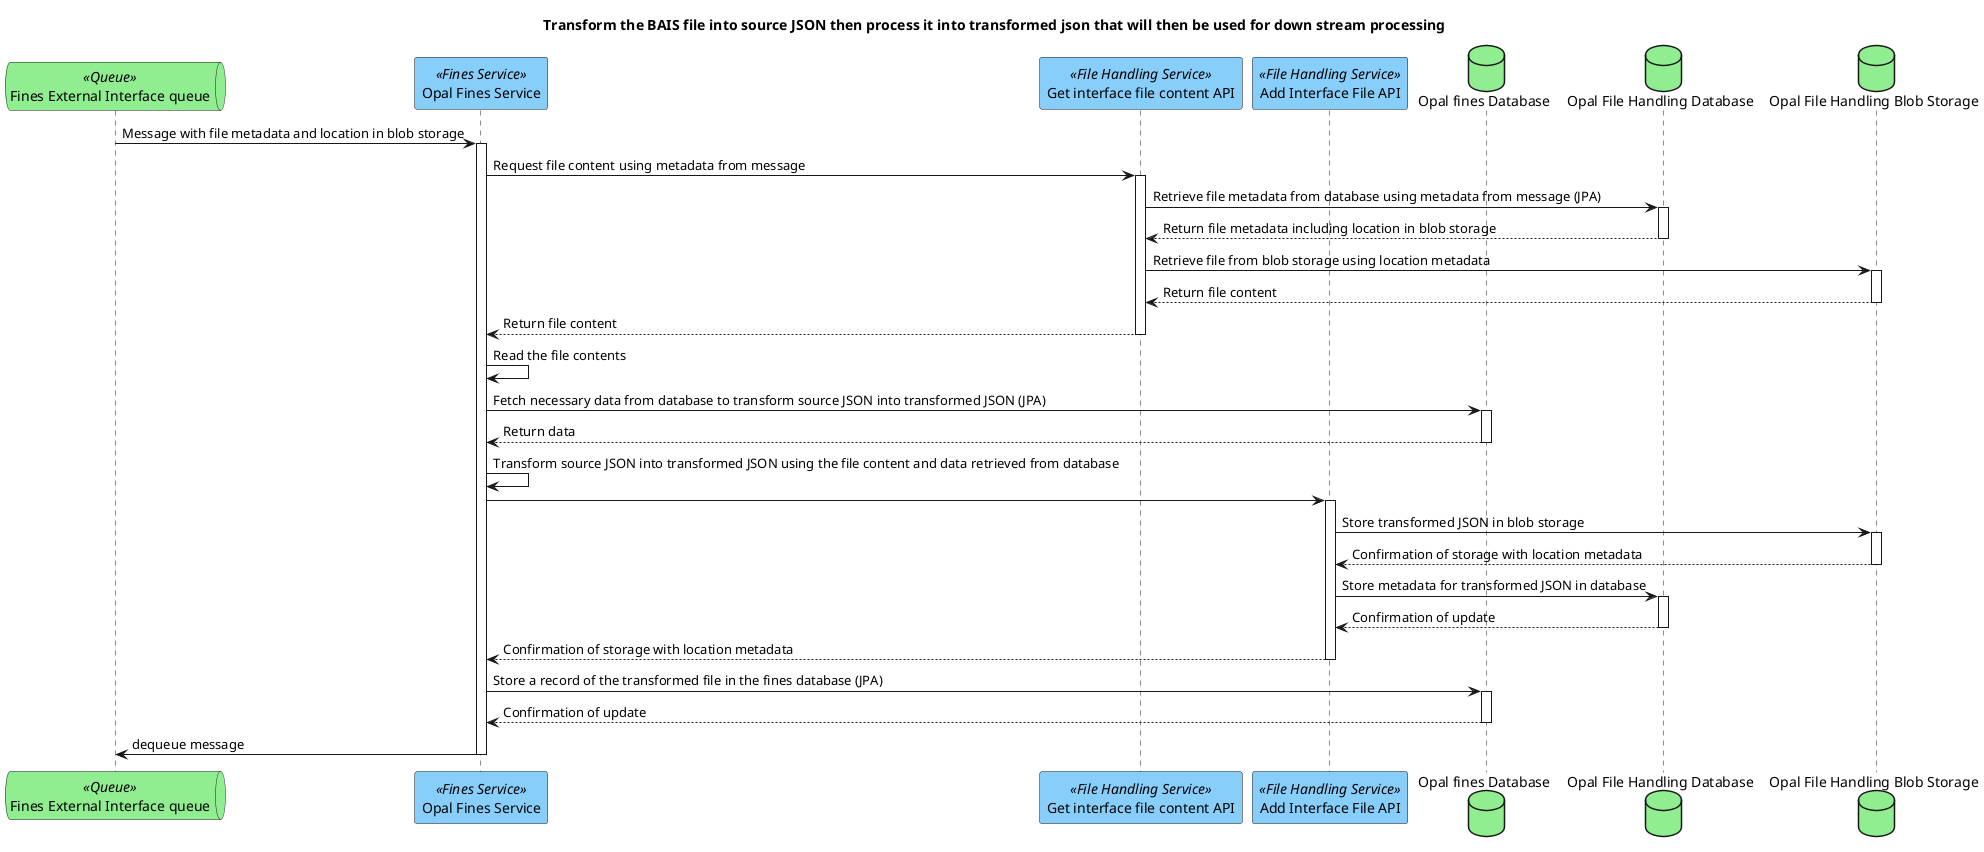
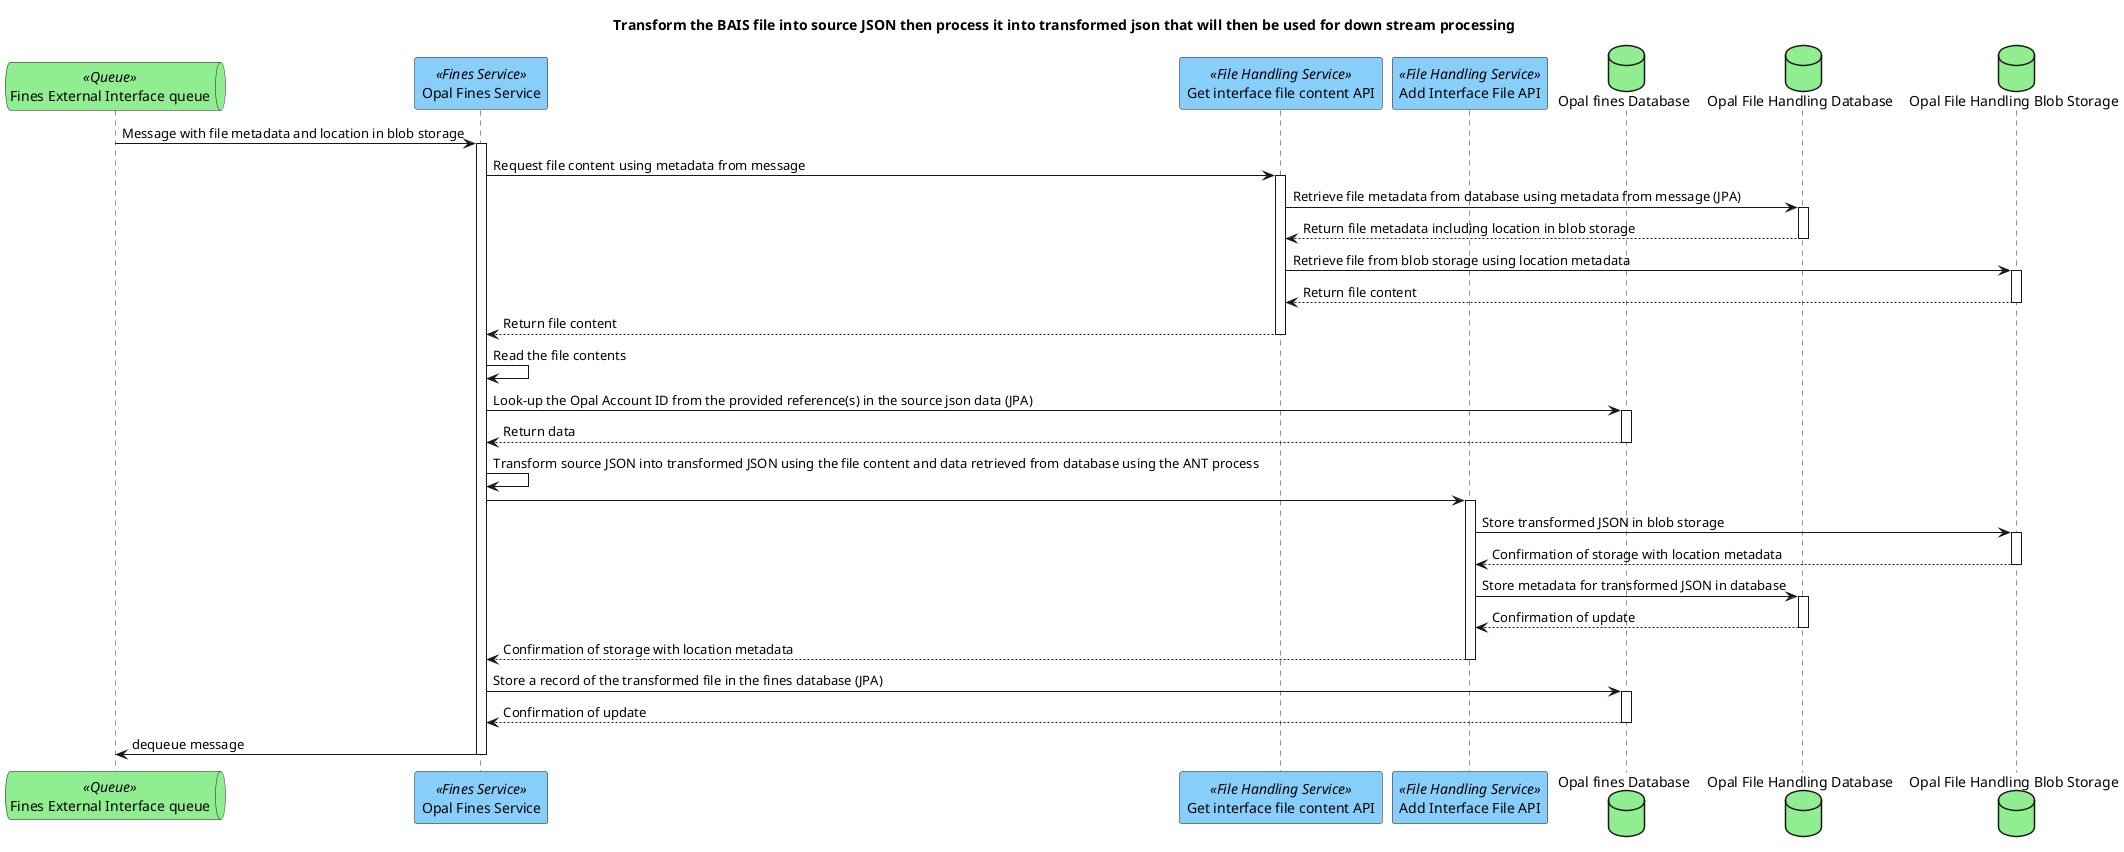
@startuml
title Transform the BAIS file into source JSON then process it into transformed json that will then be used for down stream processing

queue "Fines External Interface queue" as finesExternalInterfaceQueue <<Queue>> #lightgreen
participant "Opal Fines Service" as finesService <<Fines Service>> #LightSkyBlue

participant "Get interface file content API" as getInterfaceFileAPI <<File Handling Service>> #LightSkyBlue
participant "Add Interface File API" as addInterfaceFileAPI <<File Handling Service>> #LightSkyBlue
database "Opal fines Database" as finesDb #LightGreen
database "Opal File Handling Database" as fileHandlingDb #LightGreen
database "Opal File Handling Blob Storage" as fileHandlingBlobStorage #LightGreen

finesExternalInterfaceQueue -> finesService ++ : Message with file metadata and location in blob storage
finesService -> getInterfaceFileAPI ++ : Request file content using metadata from message
getInterfaceFileAPI -> fileHandlingDb ++ : Retrieve file metadata from database using metadata from message (JPA)
fileHandlingDb --> getInterfaceFileAPI -- : Return file metadata including location in blob storage
getInterfaceFileAPI -> fileHandlingBlobStorage ++ : Retrieve file from blob storage using location metadata
fileHandlingBlobStorage --> getInterfaceFileAPI -- : Return file content
getInterfaceFileAPI --> finesService -- : Return file content
finesService -> finesService : Read the file contents
- finesService -> finesDb ++ : Fetch necessary data from database to transform source JSON into transformed JSON (JPA)
+ finesService -> finesDb ++ : Look-up the Opal Account ID from the provided reference(s) in the source json data (JPA)
finesDb --> finesService -- : Return data
- finesService -> finesService : Transform source JSON into transformed JSON using the file content and data retrieved from database
+ finesService -> finesService : Transform source JSON into transformed JSON using the file content and data retrieved from database using the ANT process
finesService -> addInterfaceFileAPI ++
addInterfaceFileAPI -> fileHandlingBlobStorage ++ : Store transformed JSON in blob storage
fileHandlingBlobStorage --> addInterfaceFileAPI -- : Confirmation of storage with location metadata
addInterfaceFileAPI -> fileHandlingDb ++ : Store metadata for transformed JSON in database
fileHandlingDb --> addInterfaceFileAPI -- : Confirmation of update
addInterfaceFileAPI --> finesService -- : Confirmation of storage with location metadata
finesService -> finesDb ++ : Store a record of the transformed file in the fines database (JPA)
finesDb --> finesService -- : Confirmation of update
finesService -> finesExternalInterfaceQueue -- : dequeue message


@enduml